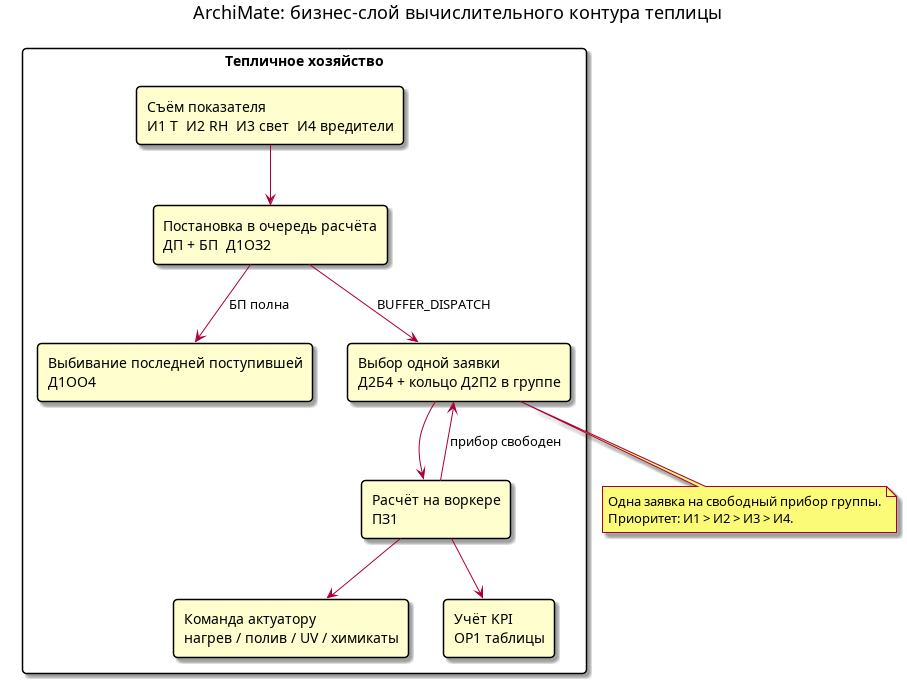
Above: docs/diagrams/archimate.png in Aapng-cmd/greenhouse (PlantUML), before the change. Its source is kept beside it as docs/diagrams/archimate.puml. Source of this version:
```plantuml
@startuml archimate
title ArchiMate: бизнес-слой вычислительного контура теплицы
skinparam rectangle {
  roundCorner 8
}

rectangle "Тепличное хозяйство" {
  rectangle "Съём показателя\nИ1 T  И2 RH  И3 свет  И4 вредители" as Sense
  rectangle "Постановка в очередь расчёта\nДП + БП  Д1ОЗ2" as Queue
  rectangle "Выбивание последней поступившей\nД1ОО4" as Evict
  rectangle "Выбор одной заявки\nД2Б4 + кольцо Д2П2 в группе" as Select
  rectangle "Расчёт на воркере\nПЗ1" as Compute
  rectangle "Команда актуатору\nнагрев / полив / UV / химикаты" as Act
  rectangle "Учёт KPI\nОР1 таблицы" as Kpi
}

Sense --> Queue
Queue --> Evict : БП полна
Queue --> Select : BUFFER_DISPATCH
Select --> Compute
Compute --> Act
Compute --> Kpi
Compute --> Select : прибор свободен

note bottom of Select
  Одна заявка на свободный прибор группы.
  Приоритет: И1 > И2 > И3 > И4.
end note
@enduml
```
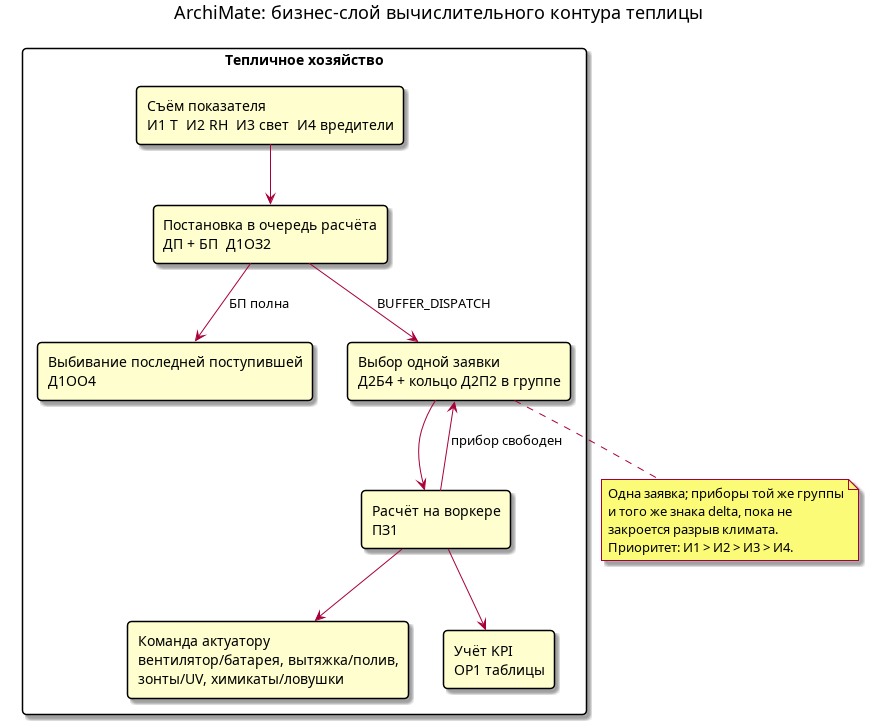
Later version of the same file.

Change to the diagram source:
```diff
@@ -10,7 +10,7 @@
   rectangle "Выбивание последней поступившей\nД1ОО4" as Evict
   rectangle "Выбор одной заявки\nД2Б4 + кольцо Д2П2 в группе" as Select
   rectangle "Расчёт на воркере\nПЗ1" as Compute
-  rectangle "Команда актуатору\nнагрев / полив / UV / химикаты" as Act
+  rectangle "Команда актуатору\nвентилятор/батарея, вытяжка/полив,\nзонты/UV, химикаты/ловушки" as Act
   rectangle "Учёт KPI\nОР1 таблицы" as Kpi
 }
 
@@ -23,7 +23,9 @@
 Compute --> Select : прибор свободен
 
 note bottom of Select
-  Одна заявка на свободный прибор группы.
+  Одна заявка; приборы той же группы
+  и того же знака delta, пока не
+  закроется разрыв климата.
   Приоритет: И1 > И2 > И3 > И4.
 end note
 @enduml
```
